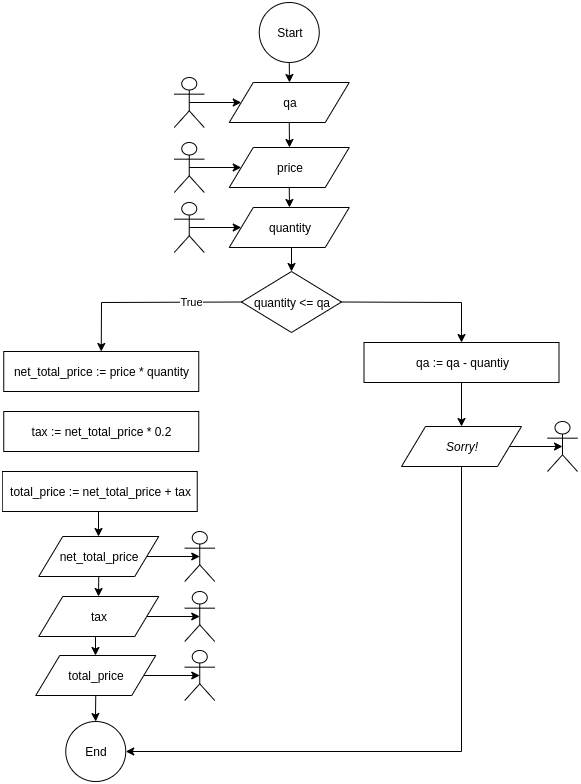
oiraqi/xcommerce-standalone-c keeps this draw.io diagram as milestone1/images/TCA_1_3.png. Above is the earlier version. Source tidied: cells renumbered, new cells last; positions are measured from the earlier drawing's top-left corner, leaving out a move shared by most shapes.
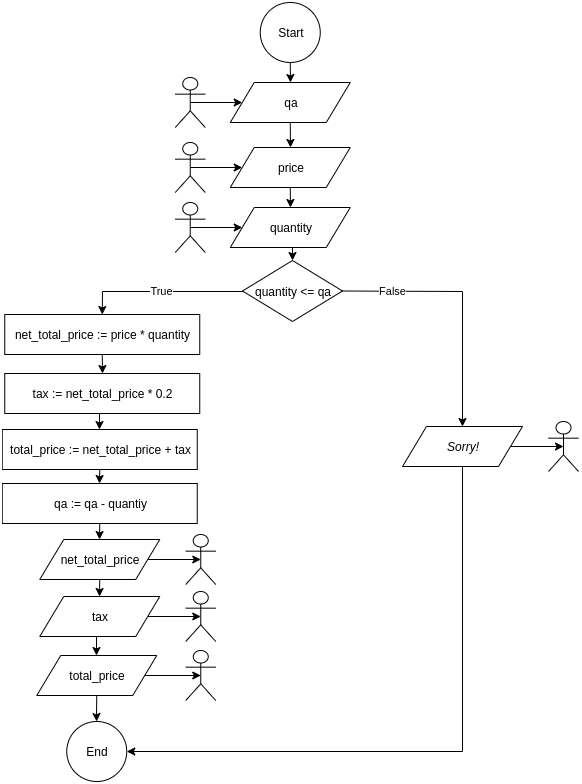
The same file after the commit.

Diff of the diagram source:
```diff
@@ -20,8 +20,11 @@
     <mxCell id="7" value="price" style="shape=parallelogram;perimeter=parallelogramPerimeter;whiteSpace=wrap;html=1;" parent="1" vertex="1">
       <mxGeometry x="226.8" y="145" width="120" height="40" as="geometry" />
     </mxCell>
+    <mxCell id="42" style="edgeStyle=orthogonalEdgeStyle;rounded=0;jettySize=auto;html=1;exitX=0.5;exitY=1;exitDx=0;exitDy=0;entryX=0.5;entryY=0;entryDx=0;entryDy=0;" parent="1" edge="1" source="8" target="18">
+      <mxGeometry relative="1" as="geometry" />
+    </mxCell>
     <mxCell id="8" value="net_total_price := price * quantity" style="rounded=0;whiteSpace=wrap;html=1;" parent="1" vertex="1">
-      <mxGeometry x="1.2" y="349" width="195" height="40" as="geometry" />
+      <mxGeometry x="1.2" y="312" width="195" height="40" as="geometry" />
     </mxCell>
     <mxCell id="9" style="edgeStyle=orthogonalEdgeStyle;rounded=0;jettySize=auto;html=1;exitX=1;exitY=0.5;exitDx=0;exitDy=0;entryX=0.5;entryY=0.5;entryDx=0;entryDy=0;entryPerimeter=0;" parent="1" edge="1" source="11" target="17">
       <mxGeometry relative="1" as="geometry" />
@@ -30,7 +33,7 @@
       <mxGeometry relative="1" as="geometry" />
     </mxCell>
     <mxCell id="11" value="net_total_price" style="shape=parallelogram;perimeter=parallelogramPerimeter;whiteSpace=wrap;html=1;" parent="1" vertex="1">
-      <mxGeometry x="36.2" y="534" width="120" height="40" as="geometry" />
+      <mxGeometry x="36.2" y="537" width="120" height="40" as="geometry" />
     </mxCell>
     <mxCell id="12" value="End" style="ellipse;whiteSpace=wrap;html=1;" parent="1" vertex="1">
       <mxGeometry x="63.2" y="719" width="60" height="60" as="geometry" />
@@ -48,16 +51,19 @@
       <mxGeometry x="171.8" y="140" width="30" height="50" as="geometry" />
     </mxCell>
     <mxCell id="17" style="shape=umlActor;verticalLabelPosition=bottom;labelBackgroundColor=#ffffff;verticalAlign=top;html=1;outlineConnect=0;" parent="1" vertex="1">
-      <mxGeometry x="182.2" y="529" width="30" height="50" as="geometry" />
+      <mxGeometry x="182.2" y="532" width="30" height="50" as="geometry" />
     </mxCell>
+    <mxCell id="43" style="edgeStyle=orthogonalEdgeStyle;rounded=0;jettySize=auto;html=1;exitX=0.5;exitY=1;exitDx=0;exitDy=0;entryX=0.5;entryY=0;entryDx=0;entryDy=0;" parent="1" edge="1" source="18" target="20">
+      <mxGeometry relative="1" as="geometry" />
+    </mxCell>
     <mxCell id="18" value="tax := net_total_price * 0.2" style="rounded=0;whiteSpace=wrap;html=1;" parent="1" vertex="1">
-      <mxGeometry x="1.2" y="409" width="195" height="40" as="geometry" />
+      <mxGeometry x="1.2" y="371" width="195" height="40" as="geometry" />
     </mxCell>
-    <mxCell id="19" style="edgeStyle=orthogonalEdgeStyle;rounded=0;jettySize=auto;html=1;exitX=0.5;exitY=1;exitDx=0;exitDy=0;entryX=0.5;entryY=0;entryDx=0;entryDy=0;" parent="1" edge="1" source="20" target="11">
-      <mxGeometry relative="1" as="geometry" />
-    </mxCell>
+    <mxCell id="44" style="edgeStyle=orthogonalEdgeStyle;rounded=0;jettySize=auto;html=1;exitX=0.5;exitY=1;exitDx=0;exitDy=0;entryX=0.5;entryY=0;entryDx=0;entryDy=0;" parent="1" edge="1" source="20" target="41">
+      <mxGeometry relative="1" as="geometry" />
+    </mxCell>
     <mxCell id="20" value="total_price := net_total_price + tax" style="rounded=0;whiteSpace=wrap;html=1;" parent="1" vertex="1">
-      <mxGeometry x="-0.2" y="469" width="195" height="40" as="geometry" />
+      <mxGeometry x="-1.2" y="427" width="195" height="40" as="geometry" />
     </mxCell>
     <mxCell id="21" style="edgeStyle=orthogonalEdgeStyle;rounded=0;jettySize=auto;html=1;exitX=1;exitY=0.5;exitDx=0;exitDy=0;entryX=0.5;entryY=0.5;entryDx=0;entryDy=0;entryPerimeter=0;" parent="1" edge="1" source="23" target="24">
       <mxGeometry relative="1" as="geometry" />
@@ -95,14 +101,14 @@
     <mxCell id="32" style="shape=umlActor;verticalLabelPosition=bottom;labelBackgroundColor=#ffffff;verticalAlign=top;html=1;outlineConnect=0;" parent="1" vertex="1">
       <mxGeometry x="171.8" y="200" width="30" height="50" as="geometry" />
     </mxCell>
+    <mxCell id="45" value="False" style="edgeStyle=orthogonalEdgeStyle;rounded=0;jettySize=auto;html=1;exitX=1;exitY=0.5;exitDx=0;exitDy=0;" parent="1" edge="1" source="35" target="38">
+      <mxGeometry x="-0.61" relative="1" as="geometry" />
+    </mxCell>
-    <mxCell id="33" value="True" style="edgeStyle=orthogonalEdgeStyle;rounded=0;jettySize=auto;html=1;exitX=0;exitY=0.5;exitDx=0;exitDy=0;entryX=0.5;entryY=0;entryDx=0;entryDy=0;strokeColor=#000000;" parent="1" edge="1" source="35" target="8">
-      <mxGeometry x="-0.47" relative="1" as="geometry" />
+    <mxCell id="33" value="True" style="edgeStyle=orthogonalEdgeStyle;rounded=0;jettySize=auto;html=1;entryX=0.5;entryY=0;entryDx=0;entryDy=0;" parent="1" edge="1" source="35" target="8">
+      <mxGeometry relative="1" as="geometry" />
     </mxCell>
-    <mxCell id="34" style="edgeStyle=orthogonalEdgeStyle;rounded=0;jettySize=auto;html=1;exitX=1;exitY=0.5;exitDx=0;exitDy=0;entryX=0.5;entryY=0;entryDx=0;entryDy=0;strokeColor=#000000;" parent="1" edge="1" source="35" target="41">
-      <mxGeometry relative="1" as="geometry" />
-    </mxCell>
     <mxCell id="35" value="quantity &amp;lt;= qa" style="rhombus;whiteSpace=wrap;html=1;" parent="1" vertex="1">
-      <mxGeometry x="239" y="269" width="100" height="61" as="geometry" />
+      <mxGeometry x="239" y="258" width="100" height="61" as="geometry" />
     </mxCell>
     <mxCell id="36" style="edgeStyle=orthogonalEdgeStyle;rounded=0;jettySize=auto;html=1;exitX=1;exitY=0.5;exitDx=0;exitDy=0;entryX=0.5;entryY=0.5;entryDx=0;entryDy=0;entryPerimeter=0;" parent="1" edge="1" source="38" target="39">
       <mxGeometry relative="1" as="geometry" />
@@ -116,11 +122,11 @@
     <mxCell id="39" style="shape=umlActor;verticalLabelPosition=bottom;labelBackgroundColor=#ffffff;verticalAlign=top;html=1;outlineConnect=0;" parent="1" vertex="1">
       <mxGeometry x="545" y="419" width="30" height="50" as="geometry" />
     </mxCell>
-    <mxCell id="40" style="edgeStyle=orthogonalEdgeStyle;rounded=0;jettySize=auto;html=1;exitX=0.5;exitY=1;exitDx=0;exitDy=0;entryX=0.5;entryY=0;entryDx=0;entryDy=0;strokeColor=#000000;" parent="1" edge="1" source="41" target="38">
-      <mxGeometry relative="1" as="geometry" />
-    </mxCell>
+    <mxCell id="46" style="edgeStyle=orthogonalEdgeStyle;rounded=0;jettySize=auto;html=1;exitX=0.5;exitY=1;exitDx=0;exitDy=0;entryX=0.5;entryY=0;entryDx=0;entryDy=0;" parent="1" edge="1" source="41" target="11">
+      <mxGeometry relative="1" as="geometry" />
+    </mxCell>
     <mxCell id="41" value="qa := qa - quantiy" style="rounded=0;whiteSpace=wrap;html=1;" parent="1" vertex="1">
-      <mxGeometry x="361.5" y="340" width="195" height="40" as="geometry" />
+      <mxGeometry x="-1.2" y="481" width="195" height="40" as="geometry" />
     </mxCell>
   </root>
 </mxGraphModel>
```
